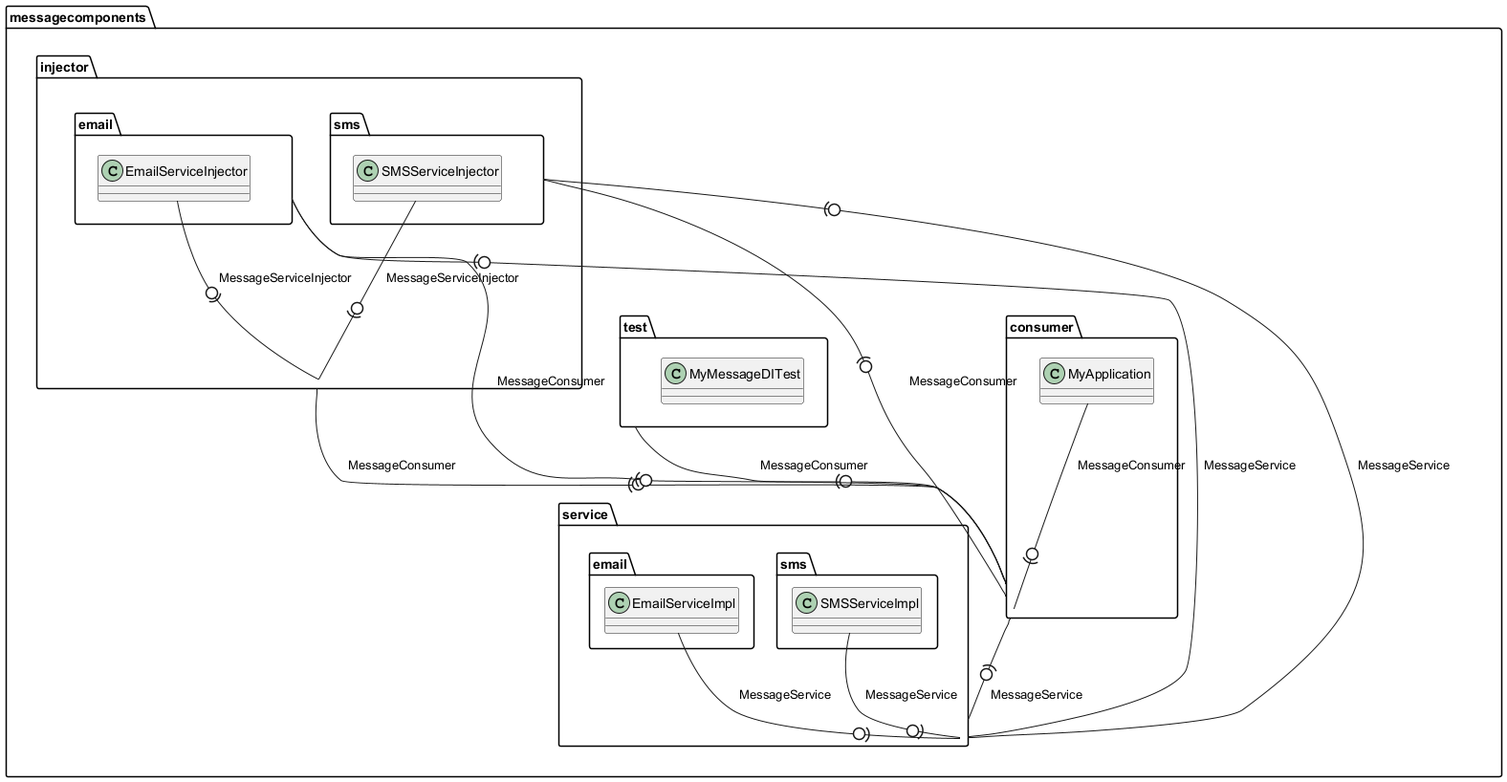
The PlantUML diagram src/component_diagram.png in Antonia123456/ComponentDiagramGenerator, before a commit.
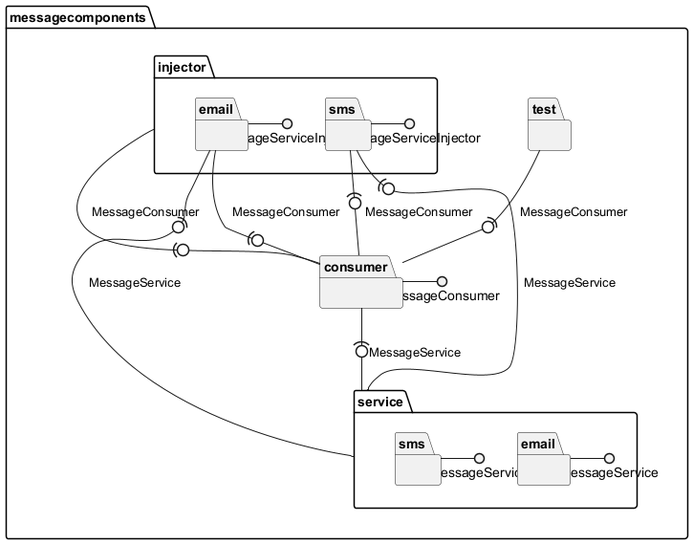
After the change.

The edit, as a diff of the source:
```diff
@@ -2,37 +2,31 @@
 package messagecomponents {
 package messagecomponents.injector {
 package messagecomponents.injector.email {
-  class messagecomponents.injector.email.EmailServiceInjector
 }
 package messagecomponents.injector.sms {
-  class messagecomponents.injector.sms.SMSServiceInjector
 }
 }
 package messagecomponents.consumer {
-  class messagecomponents.consumer.MyApplication
 }
 package messagecomponents.test {
-  class messagecomponents.test.MyMessageDITest
 }
 package messagecomponents.service {
 package messagecomponents.service.email {
-  class messagecomponents.service.email.EmailServiceImpl
 }
 package messagecomponents.service.sms {
-  class messagecomponents.service.sms.SMSServiceImpl
 }
 }
 }
-messagecomponents.service.email.EmailServiceImpl -0)- messagecomponents.service : "MessageService"
-messagecomponents.service.sms.SMSServiceImpl -0)- messagecomponents.service : "MessageService"
-messagecomponents.injector.email.EmailServiceInjector -0)- messagecomponents.injector : "MessageServiceInjector"
-messagecomponents.consumer.MyApplication -0)- messagecomponents.consumer : "MessageConsumer"
-messagecomponents.injector.sms.SMSServiceInjector -0)- messagecomponents.injector : "MessageServiceInjector"
+messagecomponents.injector.email -() MessageServiceInjector
+messagecomponents.service.email -() MessageService
+messagecomponents.injector.sms -() MessageServiceInjector
+messagecomponents.service.sms -() MessageService
+messagecomponents.consumer -() MessageConsumer
 messagecomponents.test -(0- messagecomponents.consumer : "MessageConsumer"
-messagecomponents.injector -(0- messagecomponents.consumer : "MessageConsumer"
 messagecomponents.injector.email -(0- messagecomponents.consumer : "MessageConsumer"
 messagecomponents.injector.email -(0- messagecomponents.service : "MessageService"
-messagecomponents.consumer -(0- messagecomponents.service : "MessageService"
 messagecomponents.injector.sms -(0- messagecomponents.consumer : "MessageConsumer"
 messagecomponents.injector.sms -(0- messagecomponents.service : "MessageService"
+messagecomponents.injector -(0- messagecomponents.consumer : "MessageConsumer"
+messagecomponents.consumer -(0- messagecomponents.service : "MessageService"
 @enduml
```
